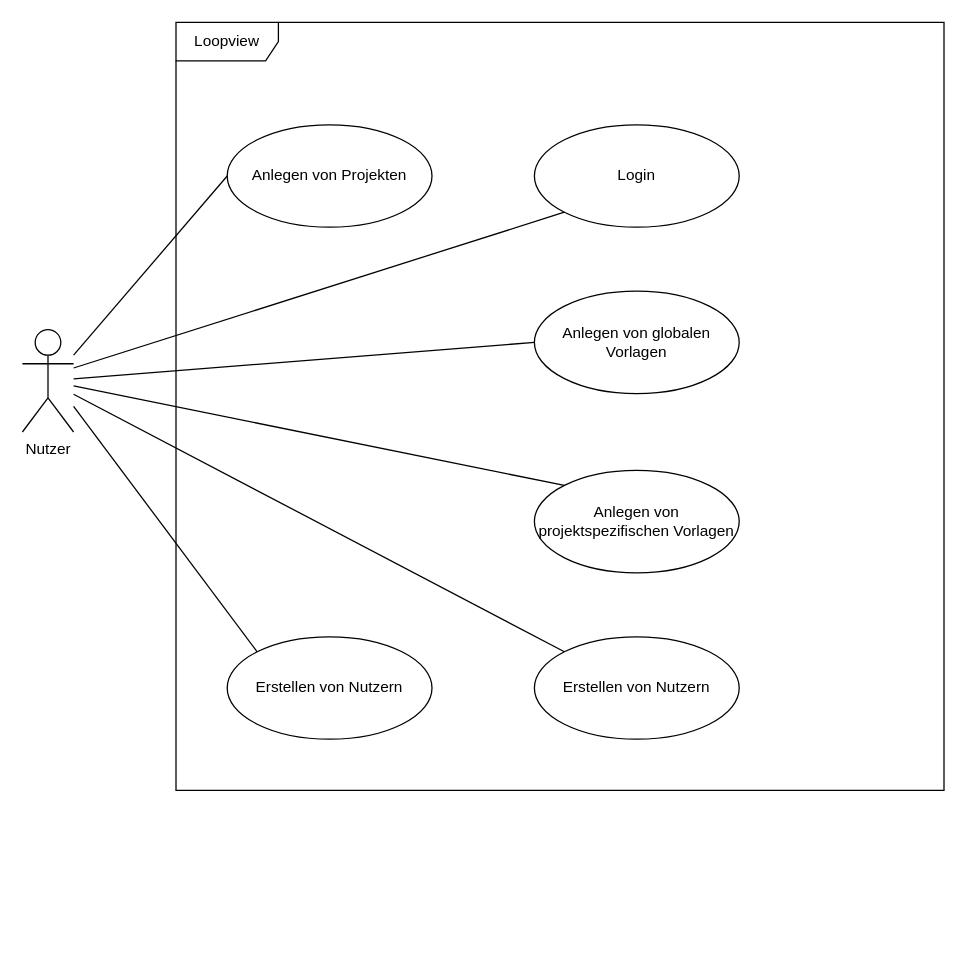
Earlier version of the draw.io diagram diagrams/Use-Case.drawio (NicoHahn/loopview). Source tidied: cells renumbered, new cells numbered last; positions are measured from the earlier drawing's top-left corner, leaving out a move shared by most shapes. Both pictures are drawn from the tidied source at 128%, with x=0, y=0 at pixel (22, 22).
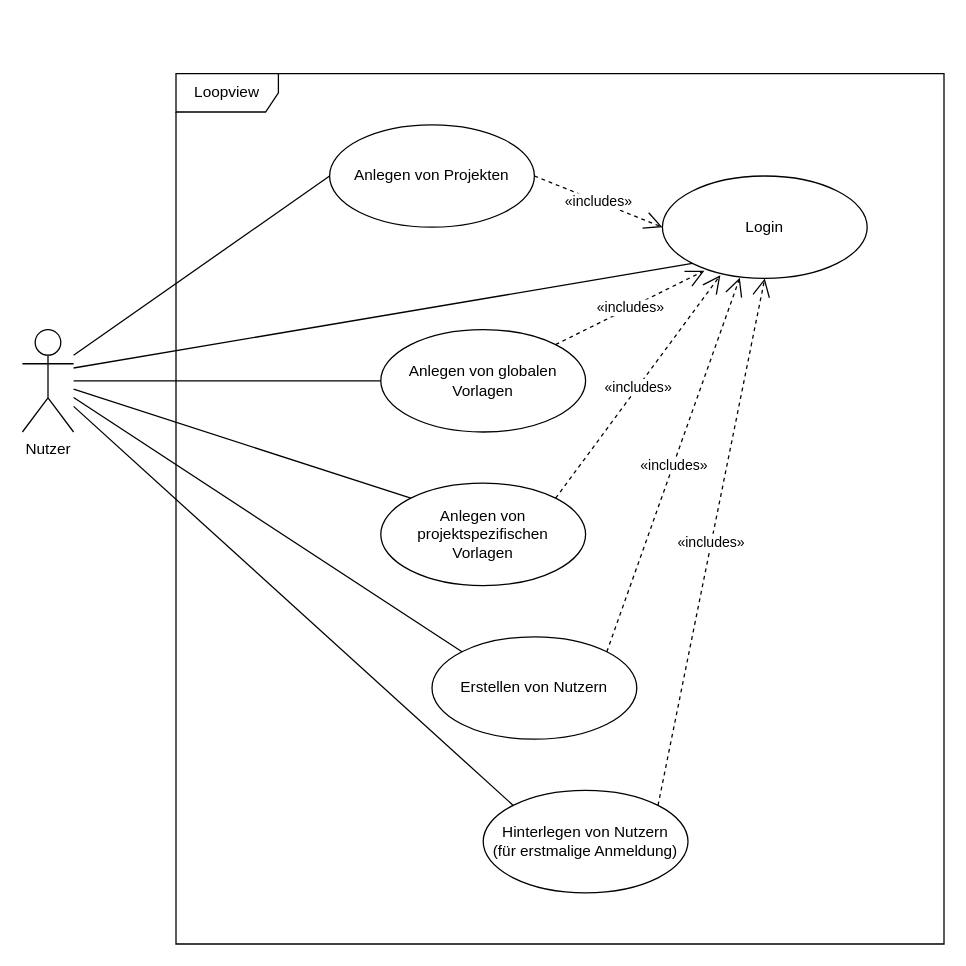
The same diagram, later.

Diff of the diagram source:
```diff
@@
     <mxCell id="3" value="Loopview" style="shape=umlFrame;whiteSpace=wrap;html=1;width=80;height=30;" parent="1" vertex="1">
-      <mxGeometry x="120" width="600" height="600" as="geometry" />
+      <mxGeometry x="120" y="40" width="600" height="680" as="geometry" />
     </mxCell>
     <mxCell id="4" value="Anlegen von Projekten" style="ellipse;whiteSpace=wrap;html=1;" parent="1" vertex="1">
-      <mxGeometry x="160" y="80" width="160" height="80" as="geometry" />
+      <mxGeometry x="240" y="80" width="160" height="80" as="geometry" />
     </mxCell>
     <mxCell id="5" value="Login" style="ellipse;whiteSpace=wrap;html=1;" parent="1" vertex="1">
-      <mxGeometry x="400" y="80" width="160" height="80" as="geometry" />
+      <mxGeometry x="500" y="120" width="160" height="80" as="geometry" />
     </mxCell>
     <mxCell id="6" value="Anlegen von globalen Vorlagen" style="ellipse;whiteSpace=wrap;html=1;" parent="1" vertex="1">
-      <mxGeometry x="400" y="210" width="160" height="80" as="geometry" />
+      <mxGeometry x="280" y="240" width="160" height="80" as="geometry" />
     </mxCell>
-    <mxCell id="7" value="Anlegen von projektspezifischen Vorlagen" style="ellipse;whiteSpace=wrap;html=1;" parent="1" vertex="1">
-      <mxGeometry x="400" y="350" width="160" height="80" as="geometry" />
+    <mxCell id="7" value="Anlegen von projektspezifischen &lt;br&gt;Vorlagen" style="ellipse;whiteSpace=wrap;html=1;" parent="1" vertex="1">
+      <mxGeometry x="280" y="360" width="160" height="80" as="geometry" />
     </mxCell>
     <mxCell id="8" value="Erstellen von Nutzern" style="ellipse;whiteSpace=wrap;html=1;" parent="1" vertex="1">
-      <mxGeometry x="400" y="480" width="160" height="80" as="geometry" />
+      <mxGeometry x="320" y="480" width="160" height="80" as="geometry" />
     </mxCell>
-    <mxCell id="9" value="Erstellen von Nutzern" style="ellipse;whiteSpace=wrap;html=1;" parent="1" vertex="1">
-      <mxGeometry x="160" y="480" width="160" height="80" as="geometry" />
+    <mxCell id="9" value="Hinterlegen von Nutzern&lt;br&gt;(für erstmalige Anmeldung)" style="ellipse;whiteSpace=wrap;html=1;" parent="1" vertex="1">
+      <mxGeometry x="360" y="600" width="160" height="80" as="geometry" />
     </mxCell>
@@
+    <mxCell id="16" value="«includes»" style="endArrow=open;endSize=12;dashed=1;html=1;rounded=0;entryX=0;entryY=0.5;entryDx=0;entryDy=0;exitX=1;exitY=0.5;exitDx=0;exitDy=0;" parent="1" edge="1" source="4" target="5">
+      <mxGeometry relative="1" as="geometry" />
+    </mxCell>
+    <mxCell id="17" value="«includes»" style="endArrow=open;endSize=12;dashed=1;html=1;rounded=0;entryX=0.205;entryY=0.925;entryDx=0;entryDy=0;exitX=1;exitY=0;exitDx=0;exitDy=0;entryPerimeter=0;" parent="1" edge="1" source="6" target="5">
+      <mxGeometry relative="1" as="geometry" />
+    </mxCell>
+    <mxCell id="18" value="«includes»" style="endArrow=open;endSize=12;dashed=1;html=1;rounded=0;entryX=0.283;entryY=0.969;entryDx=0;entryDy=0;exitX=1;exitY=0;exitDx=0;exitDy=0;entryPerimeter=0;" parent="1" edge="1" source="7" target="5">
+      <mxGeometry relative="1" as="geometry" />
+    </mxCell>
+    <mxCell id="19" value="«includes»" style="endArrow=open;endSize=12;dashed=1;html=1;rounded=0;entryX=0.378;entryY=0.994;entryDx=0;entryDy=0;exitX=1;exitY=0;exitDx=0;exitDy=0;entryPerimeter=0;" parent="1" edge="1" source="8" target="5">
+      <mxGeometry relative="1" as="geometry" />
+    </mxCell>
+    <mxCell id="20" value="«includes»" style="endArrow=open;endSize=12;dashed=1;html=1;rounded=0;entryX=0.5;entryY=1;entryDx=0;entryDy=0;exitX=1;exitY=0;exitDx=0;exitDy=0;" parent="1" edge="1" source="9" target="5">
+      <mxGeometry relative="1" as="geometry" />
+    </mxCell>
```
